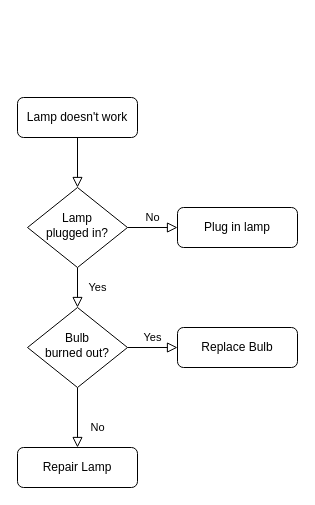
balojr/hacksntricks keeps this draw.io diagram as Untitled Diagram.drawio. Above is the earlier version. Source tidied: cells renumbered, new cells numbered last; positions are measured from the earlier drawing's top-left corner, leaving out a move shared by most shapes. Both pictures are drawn from the tidied source at 100%, with x=0, y=0 at pixel (17, 97).
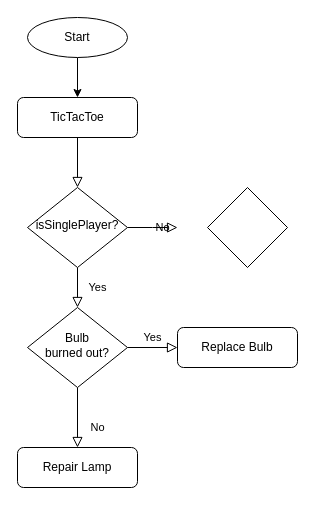
The same diagram, later.

Diff of the diagram source:
```diff
@@
 <mxGraphModel>
   <root>
     <mxCell id="0" />
     <mxCell id="1" parent="0" />
     <mxCell id="2" style="rounded=0;html=1;jettySize=auto;fontSize=11;endArrow=block;endFill=0;endSize=8;strokeWidth=1;shadow=0;labelBackgroundColor=none;edgeStyle=orthogonalEdgeStyle;" parent="1" edge="1" source="3" target="6">
       <mxGeometry relative="1" as="geometry" />
     </mxCell>
-    <mxCell id="3" value="Lamp doesn't work" style="rounded=1;whiteSpace=wrap;html=1;fontSize=12;glass=0;strokeWidth=1;shadow=0;" parent="1" vertex="1">
+    <mxCell id="3" value="TicTacToe" style="rounded=1;whiteSpace=wrap;html=1;fontSize=12;glass=0;strokeWidth=1;shadow=0;" parent="1" vertex="1">
       <mxGeometry width="120" height="40" as="geometry" />
     </mxCell>
     <mxCell id="4" value="Yes" style="rounded=0;html=1;jettySize=auto;fontSize=11;endArrow=block;endFill=0;endSize=8;strokeWidth=1;shadow=0;labelBackgroundColor=none;edgeStyle=orthogonalEdgeStyle;" parent="1" edge="1" source="6" target="10">
       <mxGeometry y="20" relative="1" as="geometry" />
     </mxCell>
-    <mxCell id="5" value="No" style="edgeStyle=orthogonalEdgeStyle;rounded=0;html=1;jettySize=auto;fontSize=11;endArrow=block;endFill=0;endSize=8;strokeWidth=1;shadow=0;labelBackgroundColor=none;" parent="1" edge="1" source="6" target="7">
-      <mxGeometry y="10" relative="1" as="geometry" />
+    <mxCell id="5" value="No" style="edgeStyle=orthogonalEdgeStyle;rounded=0;html=1;jettySize=auto;fontSize=11;endArrow=block;endFill=0;endSize=8;strokeWidth=1;shadow=0;labelBackgroundColor=none;" parent="1" edge="1" source="6">
+      <mxGeometry y="10" relative="1" as="geometry">
+        <mxPoint x="160" y="130" as="targetPoint" />
+      </mxGeometry>
     </mxCell>
-    <mxCell id="6" value="Lamp&lt;br&gt;plugged in?" style="rhombus;whiteSpace=wrap;html=1;shadow=0;fontFamily=Helvetica;fontSize=12;align=center;strokeWidth=1;spacing=6;spacingTop=-4;" parent="1" vertex="1">
+    <mxCell id="6" value="isSinglePlayer?" style="rhombus;whiteSpace=wrap;html=1;shadow=0;fontFamily=Helvetica;fontSize=12;align=center;strokeWidth=1;spacing=6;spacingTop=-4;" parent="1" vertex="1">
       <mxGeometry x="10" y="90" width="100" height="80" as="geometry" />
     </mxCell>
-    <mxCell id="7" value="Plug in lamp" style="rounded=1;whiteSpace=wrap;html=1;fontSize=12;glass=0;strokeWidth=1;shadow=0;" parent="1" vertex="1">
-      <mxGeometry x="160" y="110" width="120" height="40" as="geometry" />
-    </mxCell>
     <mxCell id="8" value="No" style="rounded=0;html=1;jettySize=auto;fontSize=11;endArrow=block;endFill=0;endSize=8;strokeWidth=1;shadow=0;labelBackgroundColor=none;edgeStyle=orthogonalEdgeStyle;" parent="1" edge="1" source="10" target="11">
       <mxGeometry x="0.33" y="20" relative="1" as="geometry" />
     </mxCell>
     <mxCell id="9" value="Yes" style="edgeStyle=orthogonalEdgeStyle;rounded=0;html=1;jettySize=auto;fontSize=11;endArrow=block;endFill=0;endSize=8;strokeWidth=1;shadow=0;labelBackgroundColor=none;" parent="1" edge="1" source="10" target="12">
       <mxGeometry y="10" relative="1" as="geometry" />
     </mxCell>
     <mxCell id="10" value="Bulb&lt;br&gt;burned out?" style="rhombus;whiteSpace=wrap;html=1;shadow=0;fontFamily=Helvetica;fontSize=12;align=center;strokeWidth=1;spacing=6;spacingTop=-4;" parent="1" vertex="1">
       <mxGeometry x="10" y="210" width="100" height="80" as="geometry" />
     </mxCell>
     <mxCell id="11" value="Repair Lamp" style="rounded=1;whiteSpace=wrap;html=1;fontSize=12;glass=0;strokeWidth=1;shadow=0;" parent="1" vertex="1">
       <mxGeometry y="350" width="120" height="40" as="geometry" />
     </mxCell>
     <mxCell id="12" value="Replace Bulb" style="rounded=1;whiteSpace=wrap;html=1;fontSize=12;glass=0;strokeWidth=1;shadow=0;" parent="1" vertex="1">
       <mxGeometry x="160" y="230" width="120" height="40" as="geometry" />
     </mxCell>
+    <mxCell id="13" style="edgeStyle=orthogonalEdgeStyle;rounded=0;jettySize=auto;html=1;" parent="1" edge="1" source="14" target="3">
+      <mxGeometry relative="1" as="geometry" />
+    </mxCell>
+    <mxCell id="14" value="Start" style="ellipse;whiteSpace=wrap;html=1;" parent="1" vertex="1">
+      <mxGeometry x="10" y="-80" width="100" height="40" as="geometry" />
+    </mxCell>
+    <mxCell id="15" style="rhombus;whiteSpace=wrap;html=1;" parent="1" vertex="1">
+      <mxGeometry x="190" y="90" width="80" height="80" as="geometry" />
+    </mxCell>
   </root>
 </mxGraphModel>
```
